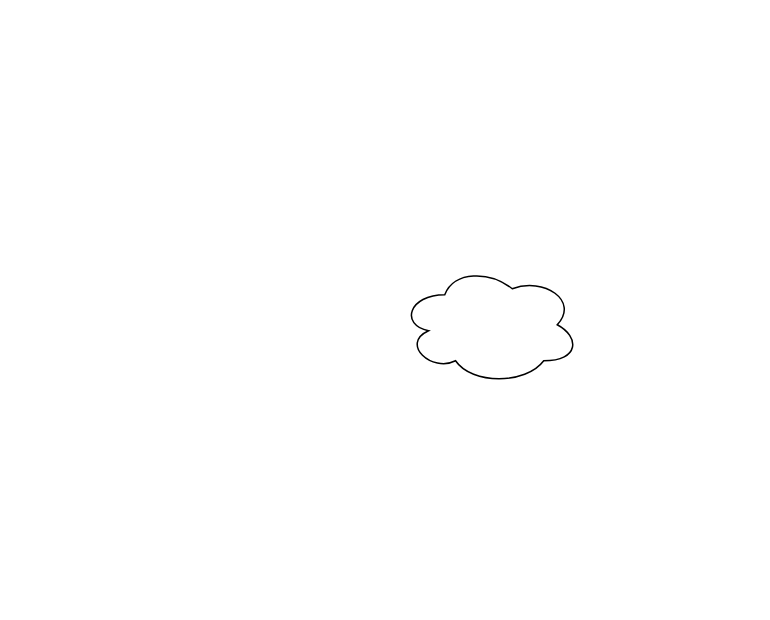
Above: Untitled Diagram.drawio in L1TnzO/Proyecto_ICC315 (draw.io), before the change. Source tidied: cells renumbered, new cells numbered last; positions are measured from the earlier drawing's top-left corner, leaving out a move shared by most shapes. Both pictures are drawn from the tidied source at 150%, with x=0, y=0 at pixel (399, 264).
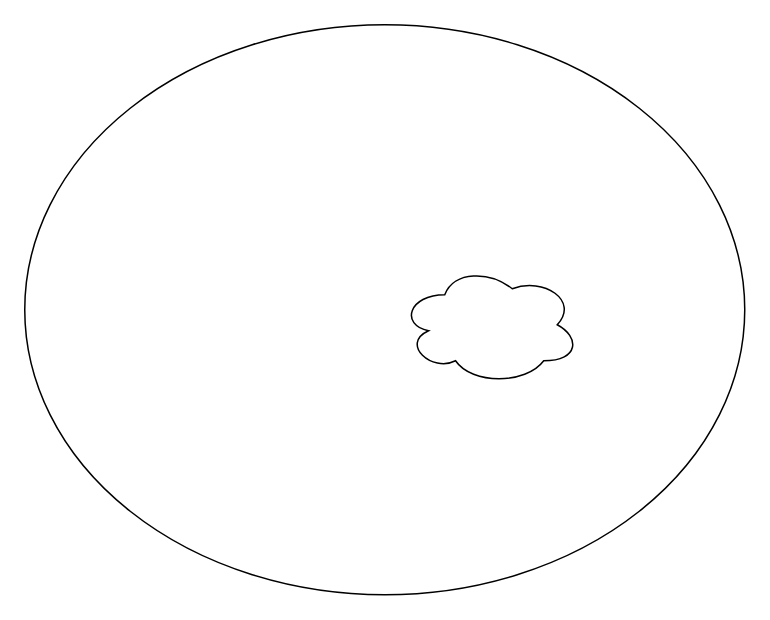
The same diagram, later.

The edit, as a diff of the source:
```diff
@@
 <mxGraphModel>
   <root>
     <mxCell id="0" />
     <mxCell id="1" parent="0" />
+    <mxCell id="3" style="ellipse;whiteSpace=wrap;html=1;" parent="1" vertex="1">
+      <mxGeometry x="-250" y="-160" width="480" height="380" as="geometry" />
+    </mxCell>
     <mxCell id="2" style="ellipse;shape=cloud;whiteSpace=wrap;html=1;" parent="1" vertex="1">
       <mxGeometry width="120" height="80" as="geometry" />
     </mxCell>
   </root>
 </mxGraphModel>
```
